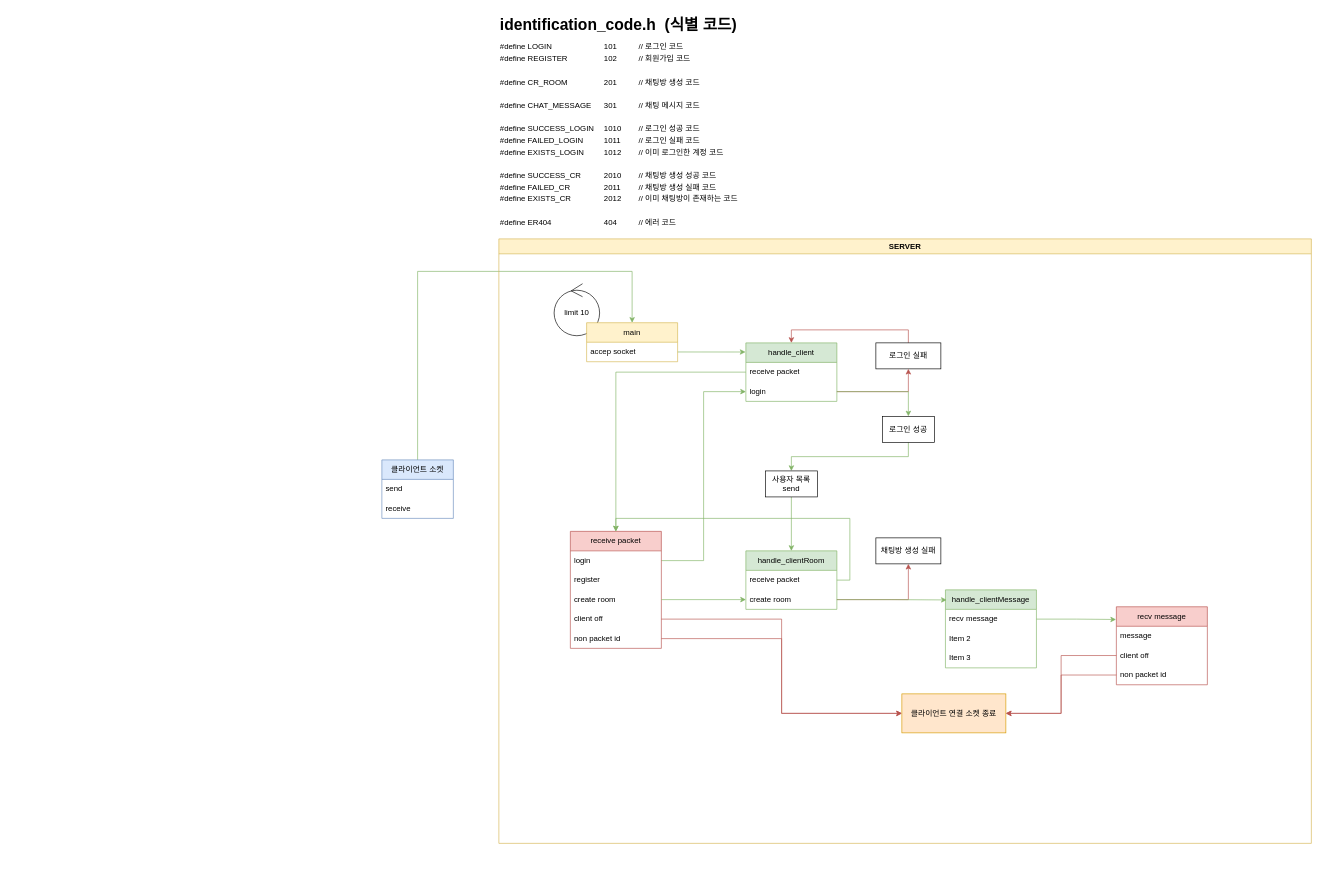
Earlier version of the draw.io diagram 0924 소켓 서버.drawio (jh051777/chat). Source tidied: cells renumbered, new cells numbered last; positions are measured from the earlier drawing's top-left corner, leaving out a move shared by most shapes. Both pictures are drawn from the tidied source at 65%, with x=0, y=0 at pixel (382, 11).
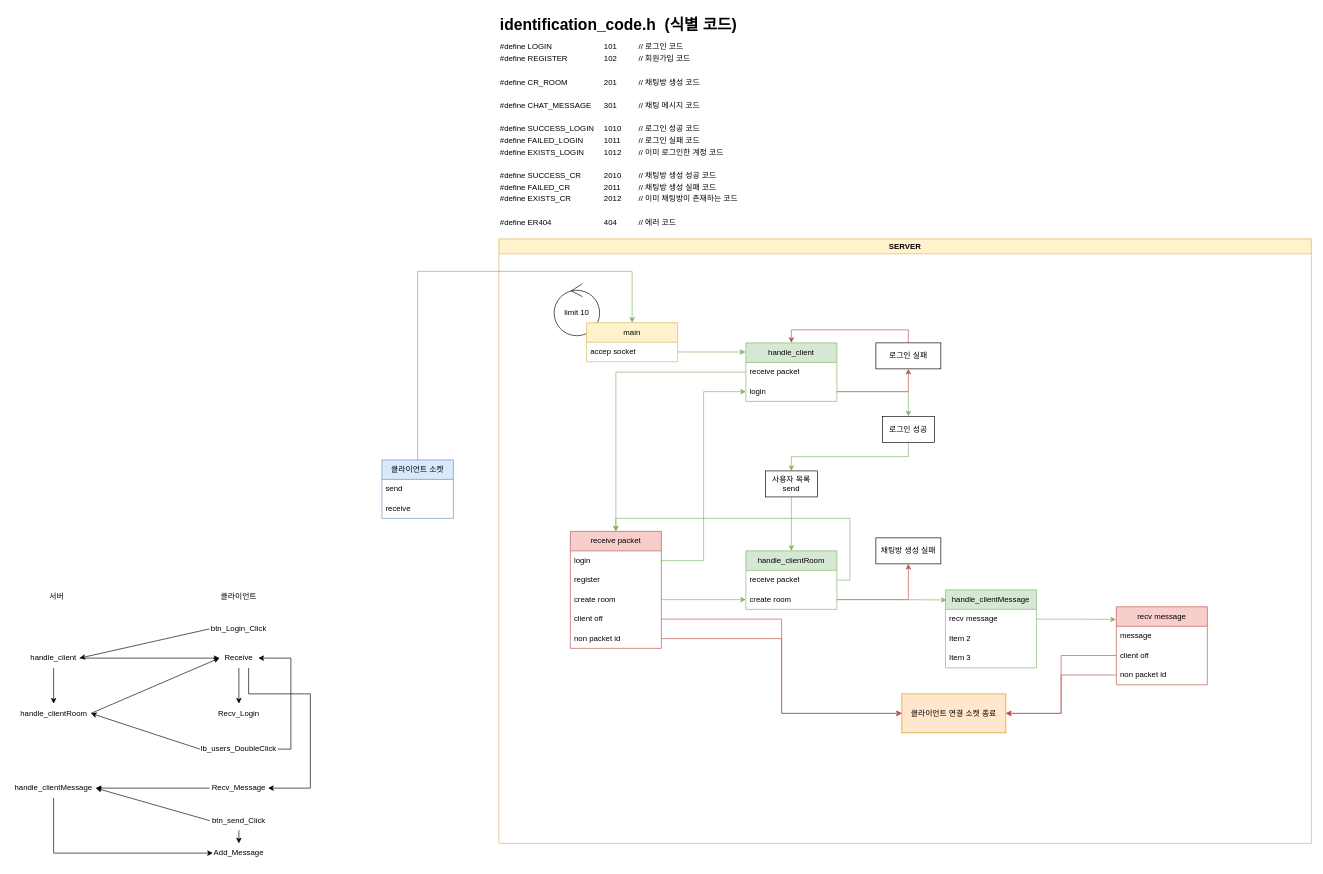
Above is the later version.

Commit message:
0926 소켓 서버.drawio 업데이트

Diff of the diagram source:
```diff
@@
+    <mxCell id="54" style="edgeStyle=orthogonalEdgeStyle;rounded=0;jettySize=auto;html=1;exitX=0.5;exitY=1;exitDx=0;exitDy=0;entryX=0.5;entryY=0;entryDx=0;entryDy=0;" parent="1" edge="1" source="55" target="61">
+      <mxGeometry relative="1" as="geometry" />
+    </mxCell>
+    <mxCell id="55" value="handle_client" style="text;html=1;align=center;verticalAlign=middle;whiteSpace=wrap;rounded=0;" parent="1" vertex="1">
+      <mxGeometry x="-545" y="980" width="80" height="30" as="geometry" />
+    </mxCell>
+    <mxCell id="56" style="edgeStyle=orthogonalEdgeStyle;rounded=0;jettySize=auto;html=1;exitX=0.5;exitY=1;exitDx=0;exitDy=0;entryX=0.5;entryY=0;entryDx=0;entryDy=0;" parent="1" edge="1" source="58" target="62">
+      <mxGeometry relative="1" as="geometry" />
+    </mxCell>
+    <mxCell id="57" style="edgeStyle=orthogonalEdgeStyle;rounded=0;jettySize=auto;html=1;exitX=0.75;exitY=1;exitDx=0;exitDy=0;entryX=1;entryY=0.5;entryDx=0;entryDy=0;" parent="1" edge="1" source="58" target="64">
+      <mxGeometry relative="1" as="geometry">
+        <Array as="points">
+          <mxPoint x="-205" y="1050" />
+          <mxPoint x="-110" y="1050" />
+          <mxPoint x="-110" y="1195" />
+        </Array>
+      </mxGeometry>
+    </mxCell>
+    <mxCell id="58" value="Receive" style="text;html=1;align=center;verticalAlign=middle;whiteSpace=wrap;rounded=0;" parent="1" vertex="1">
+      <mxGeometry x="-250" y="980" width="60" height="30" as="geometry" />
+    </mxCell>
+    <mxCell id="59" value="서버" style="text;html=1;align=center;verticalAlign=middle;whiteSpace=wrap;rounded=0;" parent="1" vertex="1">
+      <mxGeometry x="-530" y="886" width="60" height="30" as="geometry" />
+    </mxCell>
+    <mxCell id="60" value="클라이언트" style="text;html=1;align=center;verticalAlign=middle;whiteSpace=wrap;rounded=0;" parent="1" vertex="1">
+      <mxGeometry x="-260" y="886" width="80" height="30" as="geometry" />
+    </mxCell>
+    <mxCell id="61" value="handle_clientRoom" style="text;html=1;align=center;verticalAlign=middle;whiteSpace=wrap;rounded=0;" parent="1" vertex="1">
+      <mxGeometry x="-562.5" y="1065" width="115" height="30" as="geometry" />
+    </mxCell>
+    <mxCell id="62" value="Recv_Login" style="text;html=1;align=center;verticalAlign=middle;whiteSpace=wrap;rounded=0;" parent="1" vertex="1">
+      <mxGeometry x="-250" y="1065" width="60" height="30" as="geometry" />
+    </mxCell>
+    <mxCell id="63" style="edgeStyle=orthogonalEdgeStyle;rounded=0;jettySize=auto;html=1;exitX=0;exitY=0.5;exitDx=0;exitDy=0;entryX=1;entryY=0.5;entryDx=0;entryDy=0;" parent="1" edge="1" source="64" target="67">
+      <mxGeometry relative="1" as="geometry" />
+    </mxCell>
+    <mxCell id="64" value="Recv_Message" style="text;html=1;align=center;verticalAlign=middle;whiteSpace=wrap;rounded=0;" parent="1" vertex="1">
+      <mxGeometry x="-265" y="1180" width="90" height="30" as="geometry" />
+    </mxCell>
+    <mxCell id="65" value="Add_Message" style="text;html=1;align=center;verticalAlign=middle;whiteSpace=wrap;rounded=0;" parent="1" vertex="1">
+      <mxGeometry x="-260" y="1280" width="80" height="30" as="geometry" />
+    </mxCell>
+    <mxCell id="66" style="edgeStyle=orthogonalEdgeStyle;rounded=0;jettySize=auto;html=1;exitX=0.5;exitY=1;exitDx=0;exitDy=0;entryX=0;entryY=0.5;entryDx=0;entryDy=0;" parent="1" edge="1" source="67" target="65">
+      <mxGeometry relative="1" as="geometry" />
+    </mxCell>
+    <mxCell id="67" value="handle_clientMessage" style="text;html=1;align=center;verticalAlign=middle;whiteSpace=wrap;rounded=0;" parent="1" vertex="1">
+      <mxGeometry x="-570" y="1180" width="130" height="30" as="geometry" />
+    </mxCell>
+    <mxCell id="68" style="endArrow=classic;html=1;rounded=0;exitX=0;exitY=0.5;exitDx=0;exitDy=0;entryX=1;entryY=0.5;entryDx=0;entryDy=0;" parent="1" edge="1" source="69" target="55">
+      <mxGeometry relative="1" as="geometry" />
+    </mxCell>
+    <mxCell id="69" value="btn_Login_Click" style="text;html=1;align=center;verticalAlign=middle;whiteSpace=wrap;rounded=0;" parent="1" vertex="1">
+      <mxGeometry x="-265" y="935" width="90" height="30" as="geometry" />
+    </mxCell>
+    <mxCell id="70" style="endArrow=classic;html=1;rounded=0;exitX=1;exitY=0.5;exitDx=0;exitDy=0;entryX=0;entryY=0.5;entryDx=0;entryDy=0;" parent="1" edge="1" source="55" target="58">
+      <mxGeometry relative="1" as="geometry" />
+    </mxCell>
+    <mxCell id="71" style="edgeStyle=orthogonalEdgeStyle;rounded=0;jettySize=auto;html=1;exitX=1;exitY=0.5;exitDx=0;exitDy=0;entryX=1;entryY=0.5;entryDx=0;entryDy=0;" parent="1" edge="1" source="72" target="58">
+      <mxGeometry relative="1" as="geometry" />
+    </mxCell>
+    <mxCell id="72" value="lb_users_DoubleClick" style="text;html=1;align=center;verticalAlign=middle;whiteSpace=wrap;rounded=0;" parent="1" vertex="1">
+      <mxGeometry x="-280" y="1120" width="120" height="30" as="geometry" />
+    </mxCell>
+    <mxCell id="73" style="endArrow=classic;html=1;rounded=0;exitX=0;exitY=0.5;exitDx=0;exitDy=0;entryX=1;entryY=0.5;entryDx=0;entryDy=0;" parent="1" edge="1" source="72" target="61">
+      <mxGeometry relative="1" as="geometry" />
+    </mxCell>
+    <mxCell id="74" style="endArrow=classic;html=1;rounded=0;exitX=1;exitY=0.5;exitDx=0;exitDy=0;entryX=0;entryY=0.5;entryDx=0;entryDy=0;" parent="1" edge="1" source="61" target="58">
+      <mxGeometry relative="1" as="geometry" />
+    </mxCell>
+    <mxCell id="75" style="edgeStyle=orthogonalEdgeStyle;rounded=0;jettySize=auto;html=1;exitX=0.5;exitY=1;exitDx=0;exitDy=0;entryX=0.5;entryY=0;entryDx=0;entryDy=0;" parent="1" edge="1" source="76" target="65">
+      <mxGeometry relative="1" as="geometry" />
+    </mxCell>
+    <mxCell id="76" value="btn_send_Click" style="text;html=1;align=center;verticalAlign=middle;whiteSpace=wrap;rounded=0;" parent="1" vertex="1">
+      <mxGeometry x="-265" y="1230" width="90" height="30" as="geometry" />
+    </mxCell>
+    <mxCell id="77" style="endArrow=classic;html=1;rounded=0;exitX=0;exitY=0.5;exitDx=0;exitDy=0;entryX=1;entryY=0.5;entryDx=0;entryDy=0;" parent="1" edge="1" source="76" target="67">
+      <mxGeometry relative="1" as="geometry" />
+    </mxCell>
```
